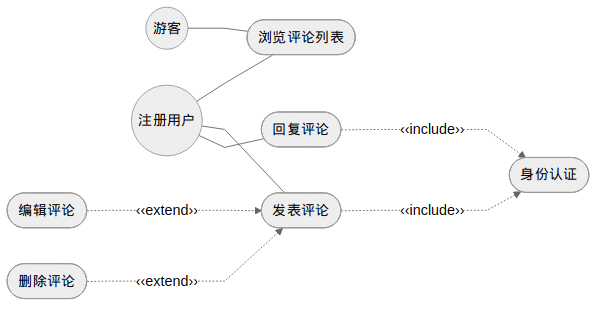
Wkjlovec/graduation_project_zhuang keeps this Mermaid diagram as docs/diagrams/fig3-4-comment-usecase.png. Above is the earlier version. Its source is kept beside it as docs/diagrams/fig3-4-comment-usecase.mmd.
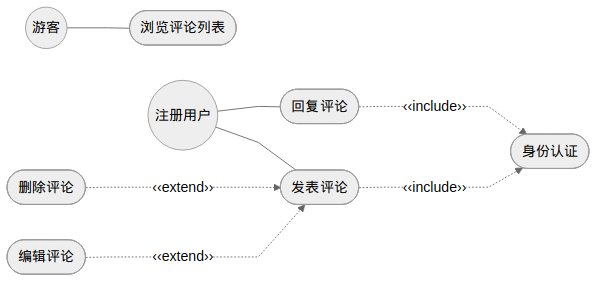
After the change.

Commit message:
docs: 图3-3/3-4消除交叉(每个Actor仅连其独有用例), 同步更新正文说明

The edit, as a diff of the source:
```diff
@@ -1,8 +1,7 @@
 %%{init: {'theme': 'neutral', 'flowchart': {'curve': 'linear', 'rankSpacing': 50, 'nodeSpacing': 40}}}%%
 graph LR
     Guest((游客)) --- UC1([浏览评论列表])
-    User((注册用户)) --- UC1
-    User --- UC2([发表评论])
+    User((注册用户)) --- UC2([发表评论])
     UC2 -..->|"‹‹include››"| UC4([身份认证])
     UC5([编辑评论]) -..->|"‹‹extend››"| UC2
     UC6([删除评论]) -..->|"‹‹extend››"| UC2
```
